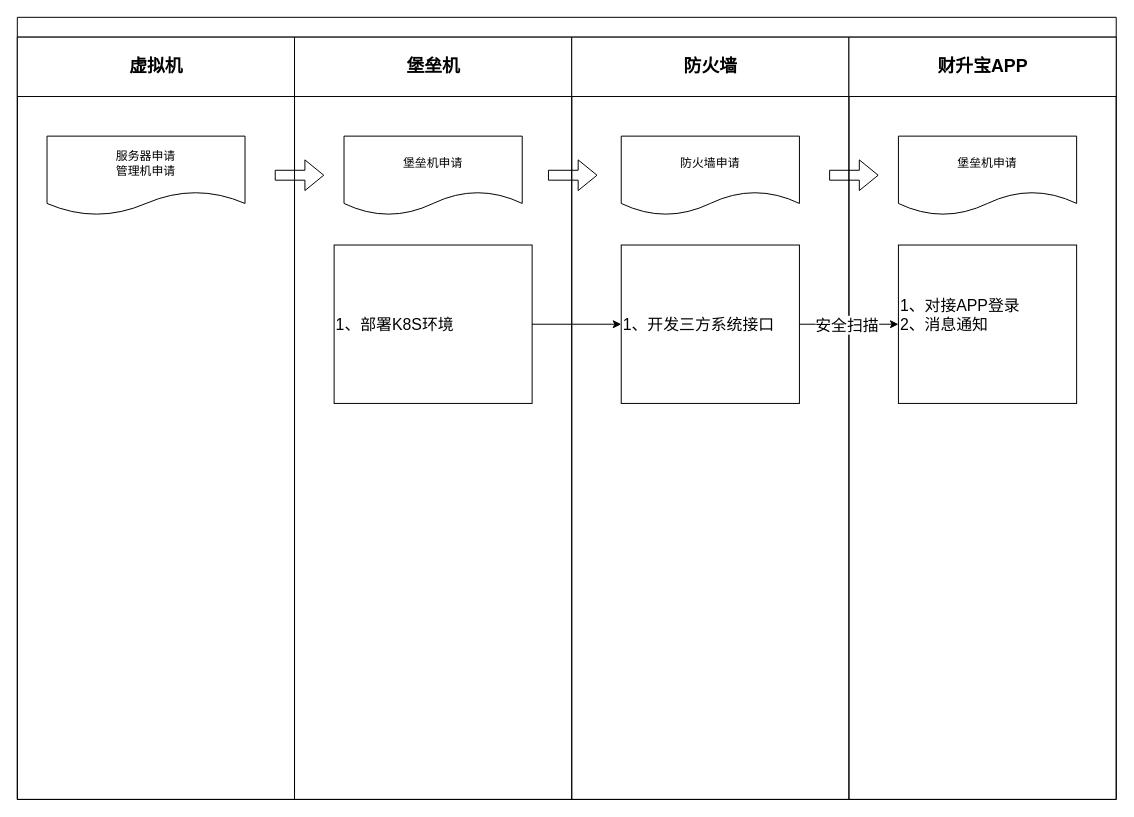
Before: 未命名绘图.drawio in sunpeiyu/testsunpy, a draw.io diagram. Source tidied: cells renumbered, new cells numbered last; positions are measured from the earlier drawing's top-left corner, leaving out a move shared by most shapes. Both pictures are drawn from the tidied source at 99%, with x=0, y=0 at pixel (17, 17).
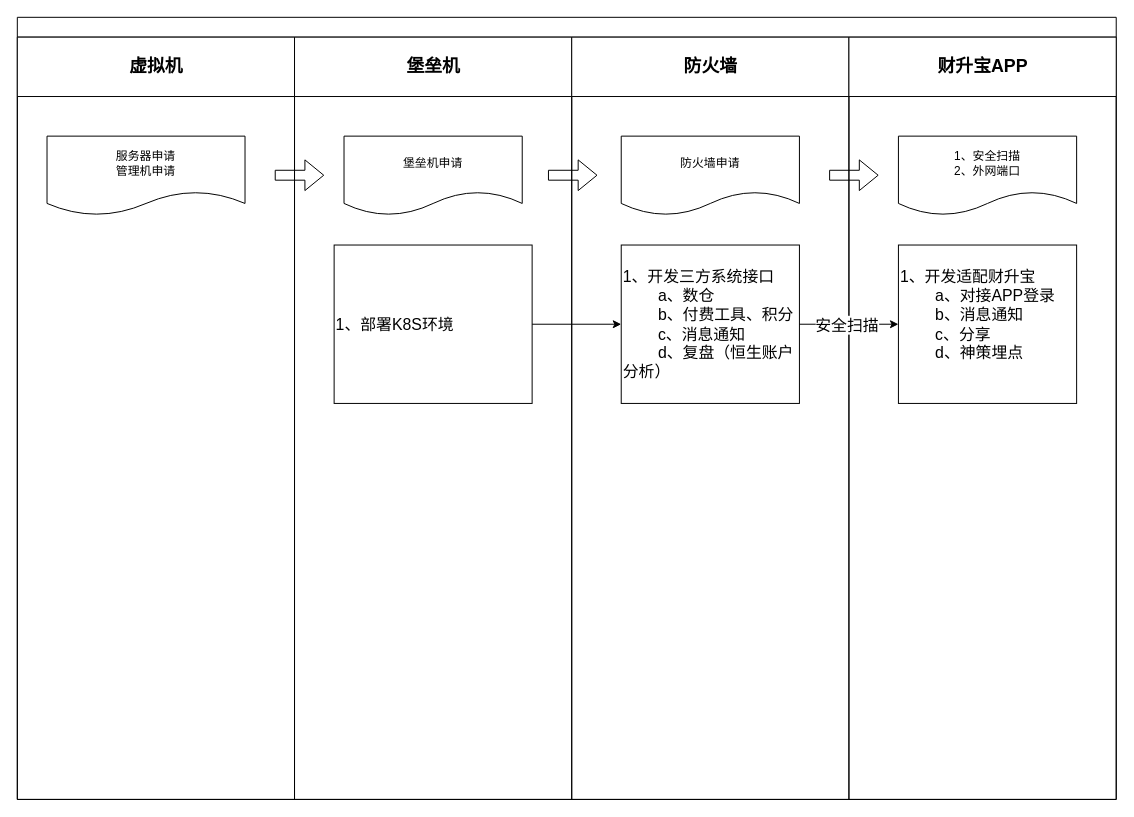
The same page after the edit.

Commit message (it also covers changes not shown here):
更新未命名绘图.drawio

Unchanged cells that the change refers to:
```xml
<mxCell id="9" value="&lt;font style=&quot;font-size: 18px;&quot;&gt;防火墙&lt;/font&gt;" style="swimlane;html=1;startSize=60;" parent="2" vertex="1">
  <mxGeometry x="560" y="20" width="280" height="770" as="geometry" />
</mxCell>
<mxCell id="13" value="&lt;font style=&quot;font-size: 18px;&quot;&gt;财升宝APP&lt;/font&gt;" style="swimlane;html=1;startSize=60;" parent="2" vertex="1">
  <mxGeometry x="840" y="20" width="270" height="770" as="geometry" />
</mxCell>
```

The edit, as a diff of the source:
```diff
@@
-    <mxCell id="10" value="&lt;font style=&quot;font-size: 16px;&quot;&gt;1、开发三方系统接口&lt;/font&gt;" style="whiteSpace=wrap;html=1;rounded=0;align=left;" parent="9" vertex="1">
+    <mxCell id="10" value="&lt;font style=&quot;font-size: 16px;&quot;&gt;1、开发三方系统接口&lt;/font&gt;&lt;div&gt;&lt;font style=&quot;font-size: 16px;&quot;&gt;&lt;span style=&quot;white-space: pre;&quot;&gt;&#9;&lt;/span&gt;a、&lt;span style=&quot;background-color: initial;&quot;&gt;数仓&lt;/span&gt;&lt;br&gt;&lt;/font&gt;&lt;/div&gt;&lt;div&gt;&lt;font style=&quot;font-size: 16px;&quot;&gt;&lt;span style=&quot;white-space: pre;&quot;&gt;&#9;&lt;/span&gt;b、付费工具、积分&lt;br&gt;&lt;/font&gt;&lt;/div&gt;&lt;div&gt;&lt;font style=&quot;font-size: 16px;&quot;&gt;&lt;span style=&quot;white-space: pre;&quot;&gt;&#9;&lt;/span&gt;c、消息通知&lt;/font&gt;&lt;/div&gt;&lt;div&gt;&lt;font style=&quot;font-size: 16px;&quot;&gt;&lt;span style=&quot;background-color: initial;&quot;&gt;&lt;span style=&quot;white-space: pre;&quot;&gt;&#9;&lt;/span&gt;d、复盘（恒生账户分析）&lt;/span&gt;&lt;br&gt;&lt;/font&gt;&lt;/div&gt;" style="whiteSpace=wrap;html=1;rounded=0;align=left;" parent="9" vertex="1">
       <mxGeometry x="50" y="210" width="180" height="160" as="geometry" />
     </mxCell>
@@
-    <mxCell id="14" value="&lt;font style=&quot;font-size: 16px;&quot;&gt;1、对接APP登录&lt;/font&gt;&lt;div style=&quot;font-size: 16px;&quot;&gt;&lt;font style=&quot;font-size: 16px;&quot;&gt;2、消息通知&lt;/font&gt;&lt;/div&gt;&lt;div style=&quot;font-size: 16px;&quot;&gt;&lt;br&gt;&lt;/div&gt;" style="whiteSpace=wrap;html=1;rounded=0;align=left;" parent="13" vertex="1">
+    <mxCell id="14" value="&lt;font style=&quot;font-size: 16px;&quot;&gt;1、开发适配财升宝&lt;/font&gt;&lt;div&gt;&lt;font style=&quot;font-size: 16px;&quot;&gt;&lt;span style=&quot;white-space: pre;&quot;&gt;&#9;&lt;/span&gt;a、对接APP登录&lt;/font&gt;&lt;div style=&quot;font-size: 16px;&quot;&gt;&lt;font style=&quot;font-size: 16px;&quot;&gt;&lt;span style=&quot;white-space: pre;&quot;&gt;&#9;&lt;/span&gt;b、消息通知&lt;/font&gt;&lt;/div&gt;&lt;div style=&quot;font-size: 16px;&quot;&gt;&lt;font style=&quot;font-size: 16px;&quot;&gt;&lt;span style=&quot;white-space: pre;&quot;&gt;&#9;&lt;/span&gt;c、分享&lt;/font&gt;&lt;/div&gt;&lt;div style=&quot;font-size: 16px;&quot;&gt;&lt;font style=&quot;font-size: 16px;&quot;&gt;&lt;span style=&quot;white-space: pre;&quot;&gt;&#9;&lt;/span&gt;d、神策埋点&lt;/font&gt;&lt;/div&gt;&lt;div style=&quot;font-size: 16px;&quot;&gt;&lt;br&gt;&lt;/div&gt;&lt;/div&gt;" style="whiteSpace=wrap;html=1;rounded=0;align=left;" parent="13" vertex="1">
       <mxGeometry x="50" y="210" width="180" height="160" as="geometry" />
     </mxCell>
@@
-    <mxCell id="16" value="&lt;span style=&quot;text-align: left;&quot;&gt;堡垒机申请&lt;/span&gt;" style="shape=document;whiteSpace=wrap;html=1;boundedLbl=1;" parent="13" vertex="1">
+    <mxCell id="16" value="&lt;span style=&quot;text-align: left;&quot;&gt;1、安全扫描&lt;/span&gt;&lt;div&gt;&lt;span style=&quot;text-align: left;&quot;&gt;2、外网端口&lt;/span&gt;&lt;/div&gt;" style="shape=document;whiteSpace=wrap;html=1;boundedLbl=1;" parent="13" vertex="1">
       <mxGeometry x="50" y="100" width="180" height="80" as="geometry" />
     </mxCell>
```
